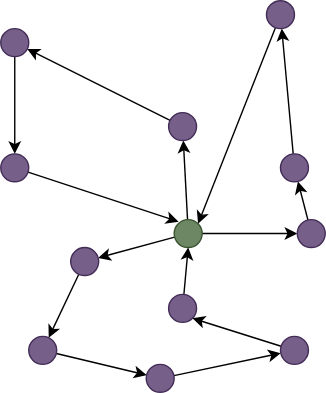
Earlier version of the draw.io export images/VRP.drawio.svg (spideryzarc/OCM). Source tidied: cells renumbered, new cells last; positions are measured from the earlier drawing's top-left corner, leaving out a move shared by most shapes.
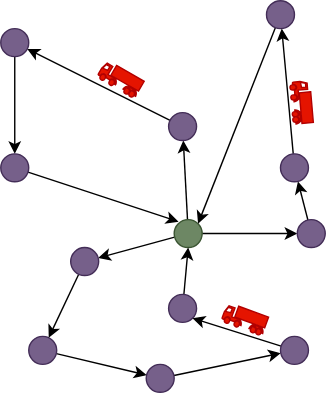
After the change.

Commit message:
Atualizar tema do arquivo introducao.md para o padrão

The edit, as a diff of the source:
```diff
@@ -80,5 +80,14 @@
     <mxCell id="27" style="ellipse;whiteSpace=wrap;html=1;fillColor=#76608a;fontColor=#ffffff;strokeColor=#432D57;" parent="1" vertex="1">
       <mxGeometry x="200" y="240" width="20" height="20" as="geometry" />
     </mxCell>
+    <mxCell id="28" style="shape=mxgraph.signs.transportation.truck_7;html=1;fillColor=#e51400;strokeColor=#B20000;verticalLabelPosition=bottom;verticalAlign=top;align=center;sketch=0;rotation=30;fontColor=#ffffff;" parent="1" vertex="1">
+      <mxGeometry x="70" y="48.9" width="31.1" height="14.5" as="geometry" />
+    </mxCell>
+    <mxCell id="29" style="shape=mxgraph.signs.transportation.truck_7;html=1;fillColor=#e51400;strokeColor=#B20000;verticalLabelPosition=bottom;verticalAlign=top;align=center;sketch=0;rotation=85;fontColor=#ffffff;" parent="1" vertex="1">
+      <mxGeometry x="200" y="65.5" width="30" height="14.5" as="geometry" />
+    </mxCell>
+    <mxCell id="30" style="shape=mxgraph.signs.transportation.truck_7;html=1;fillColor=#e51400;strokeColor=#B20000;verticalLabelPosition=bottom;verticalAlign=top;align=center;sketch=0;rotation=20;fontColor=#ffffff;" parent="1" vertex="1">
+      <mxGeometry x="158.9" y="220.5" width="31.1" height="14.5" as="geometry" />
+    </mxCell>
   </root>
 </mxGraphModel>
```
